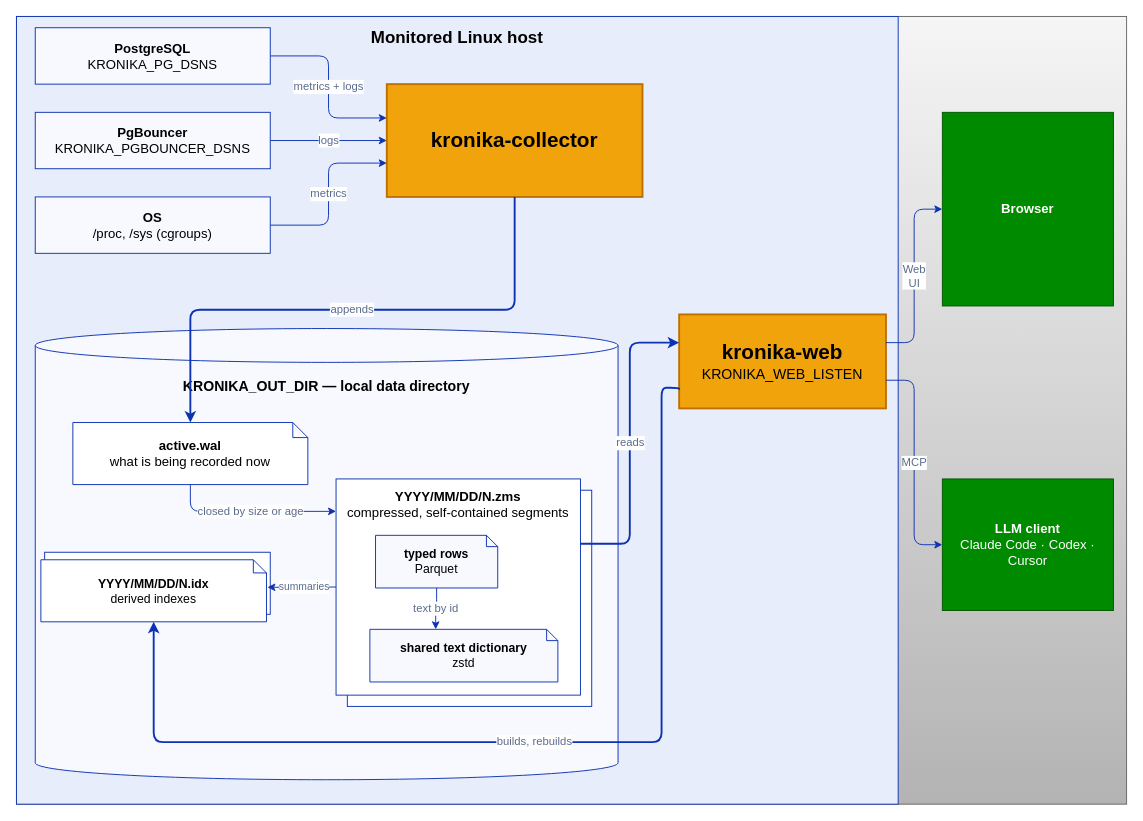
Earlier version of the draw.io diagram docs/diagrams/architecture.drawio (vadv/Kronika). Source tidied: cells renumbered, new cells numbered last; positions are measured from the earlier drawing's top-left corner, leaving out a move shared by most shapes. Both pictures are drawn from the tidied source at 94%, with x=0, y=0 at pixel (16, 16).
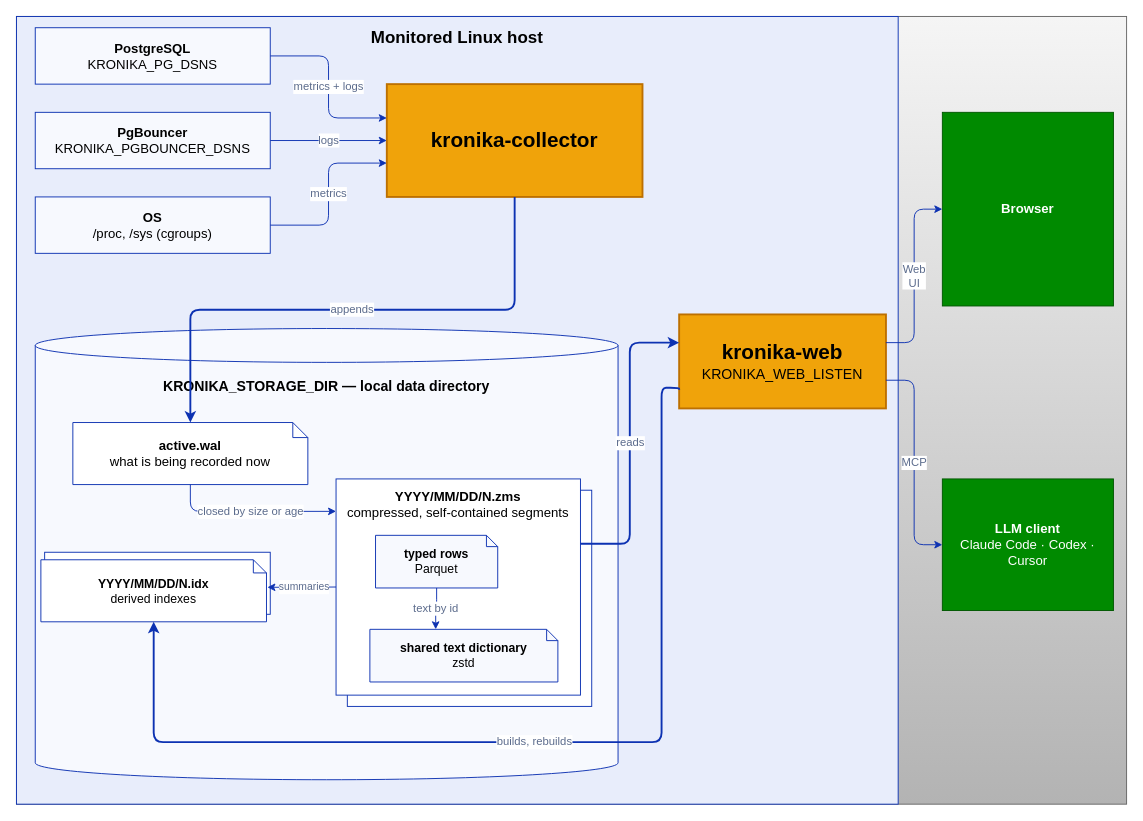
The same page after the edit.

Diff of the diagram source:
```diff
@@
-    <mxCell id="11" value="KRONIKA_OUT_DIR — local data directory" style="shape=cylinder3;whiteSpace=wrap;html=1;boundedLbl=1;backgroundOutline=1;size=18;fillColor=#F7F9FE;strokeColor=#0d32b2;verticalAlign=top;fontSize=15;fontStyle=1;spacingTop=10;" parent="1" vertex="1">
+    <mxCell id="11" value="KRONIKA_STORAGE_DIR — local data directory" style="shape=cylinder3;whiteSpace=wrap;html=1;boundedLbl=1;backgroundOutline=1;size=18;fillColor=#F7F9FE;strokeColor=#0d32b2;verticalAlign=top;fontSize=15;fontStyle=1;spacingTop=10;" parent="1" vertex="1">
       <mxGeometry x="20" y="332" width="620" height="480" as="geometry" />
     </mxCell>
```
